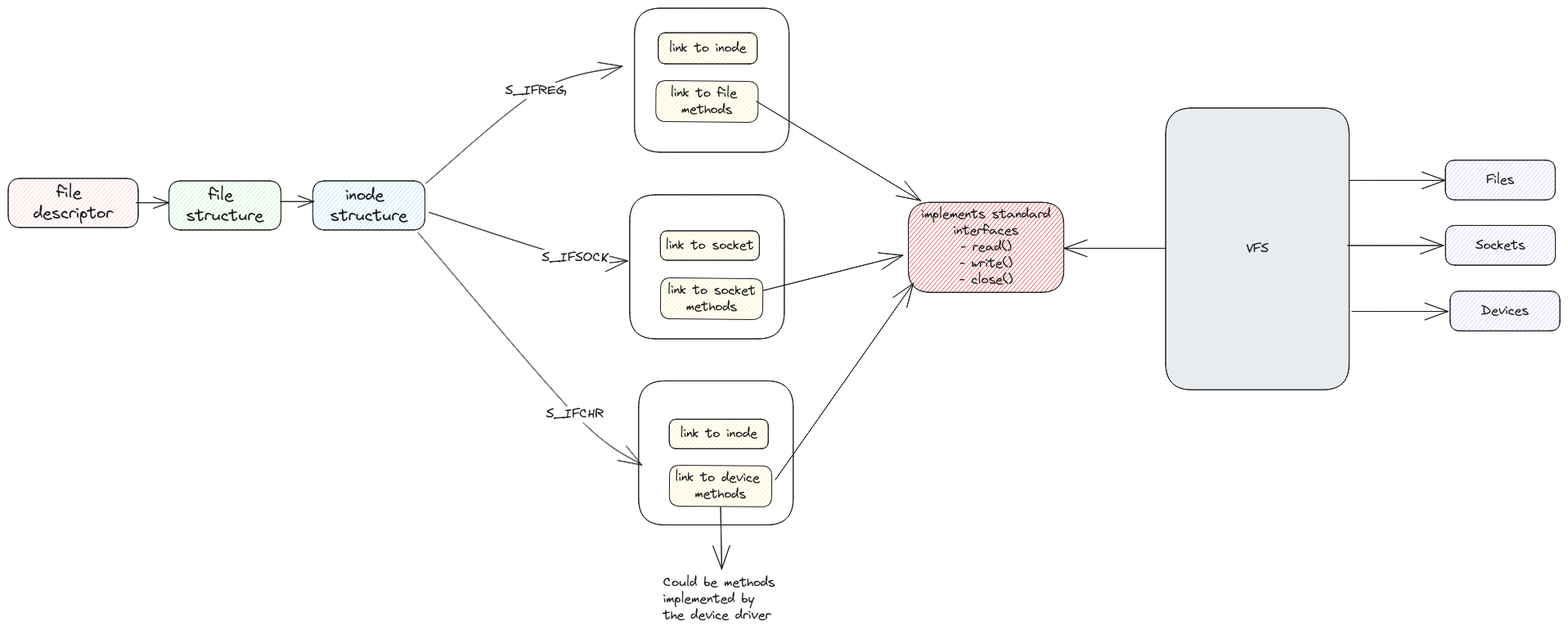
swaroopar/inprogress-engineer keeps this Excalidraw diagram as static/img/vfs-linux.excalidraw.png. Above is the earlier version. Source tidied: one line per element, renumbered; positions are measured from the earlier drawing's top-left corner, leaving out a move shared by most shapes.
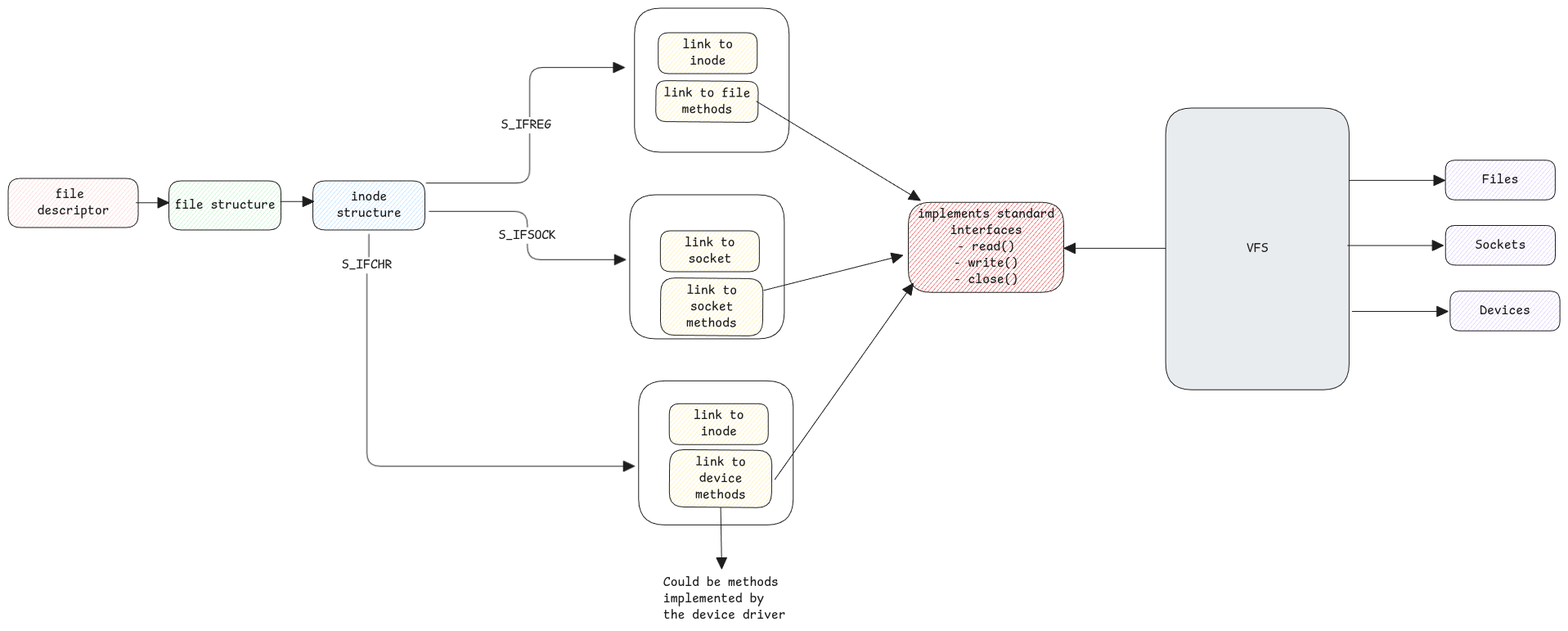
Later version of the same file.

Change to the diagram source:
```diff
@@ -1,48 +1,48 @@
 {"id": 0, "type": "rectangle", "strokeColor": "#1e1e1e", "backgroundColor": "#ffc9c9", "fillStyle": "hachure", "strokeWidth": 1, "roughness": 0, "round": true, "x": 0, "y": 208, "width": 159, "height": 60}
-{"id": 1, "type": "text", "text": "file \ndescriptor", "strokeColor": "#1e1e1e", "strokeWidth": 1, "roughness": 0, "fontSize": 20, "fontFamily": 1, "textAlign": "center", "verticalAlign": "middle", "inside": 0, "x": 31, "y": 213, "width": 97, "height": 50}
+{"id": 1, "type": "text", "text": "file \ndescriptor", "strokeColor": "#1e1e1e", "strokeWidth": 1, "roughness": 0, "fontSize": 16, "fontFamily": 8, "textAlign": "center", "verticalAlign": "middle", "inside": 0, "x": 35, "y": 218, "width": 88, "height": 40}
 {"id": 2, "type": "rectangle", "strokeColor": "#1e1e1e", "backgroundColor": "#b2f2bb", "fillStyle": "hachure", "strokeWidth": 1, "roughness": 0, "round": true, "x": 197, "y": 211, "width": 137, "height": 60}
-{"id": 3, "type": "text", "text": "file \nstructure", "strokeColor": "#1e1e1e", "strokeWidth": 1, "roughness": 0, "fontSize": 20, "fontFamily": 1, "textAlign": "center", "verticalAlign": "middle", "inside": 2, "x": 218, "y": 216, "width": 94, "height": 50}
+{"id": 3, "type": "text", "text": "file structure", "strokeColor": "#1e1e1e", "strokeWidth": 1, "roughness": 0, "fontSize": 16, "fontFamily": 8, "textAlign": "center", "verticalAlign": "middle", "inside": 2, "x": 203, "y": 231, "width": 123, "height": 20}
-{"id": 4, "type": "arrow", "strokeColor": "#1e1e1e", "strokeWidth": 1, "roughness": 0, "endArrowhead": "arrow", "round": true, "from": 30, "to": 14, "x": 511, "y": 214, "width": 240, "height": 143, "points": [[0, 0], [138, -113], [240, -143]]}
+{"id": 4, "type": "arrow", "strokeColor": "#1e1e1e", "strokeWidth": 1, "roughness": 0, "endArrowhead": "triangle", "from": 30, "to": 14, "x": 511, "y": 214, "width": 243, "height": 141, "points": [[0, 0], [127, 0], [127, -141], [243, -141]]}
-{"id": 5, "type": "text", "text": "S_IFREG ", "strokeColor": "#1e1e1e", "strokeWidth": 1, "roughness": 0, "fontSize": 16, "fontFamily": 1, "textAlign": "center", "verticalAlign": "middle", "inside": 4, "x": 651, "y": 178, "width": 83, "height": 20}
+{"id": 5, "type": "text", "text": "S_IFREG ", "strokeColor": "#1e1e1e", "strokeWidth": 1, "roughness": 0, "fontSize": 16, "fontFamily": 8, "textAlign": "center", "verticalAlign": "middle", "inside": 4, "x": 614, "y": 91, "width": 70, "height": 20}
-{"id": 6, "type": "rectangle", "strokeColor": "#1e1e1e", "backgroundColor": "#ffec99", "fillStyle": "hachure", "strokeWidth": 1, "roughness": 0, "round": true, "x": 795, "y": 30, "width": 121, "height": 38}
+{"id": 6, "type": "rectangle", "strokeColor": "#1e1e1e", "backgroundColor": "#ffec99", "fillStyle": "hachure", "strokeWidth": 1, "roughness": 0, "round": true, "x": 795, "y": 30, "width": 121, "height": 50}
-{"id": 7, "type": "text", "text": "link to inode", "strokeColor": "#1e1e1e", "strokeWidth": 1, "roughness": 0, "fontSize": 16, "fontFamily": 1, "textAlign": "center", "verticalAlign": "middle", "inside": 6, "x": 808, "y": 39, "width": 95, "height": 20}
+{"id": 7, "type": "text", "text": "link to\ninode", "strokeColor": "#1e1e1e", "strokeWidth": 1, "roughness": 0, "fontSize": 16, "fontFamily": 8, "textAlign": "center", "verticalAlign": "middle", "inside": 6, "x": 824, "y": 35, "width": 62, "height": 40}
-{"id": 8, "type": "rectangle", "strokeColor": "#1e1e1e", "backgroundColor": "#ffec99", "fillStyle": "hachure", "strokeWidth": 1, "roughness": 0, "round": true, "x": 797, "y": 272, "width": 121, "height": 36}
+{"id": 8, "type": "rectangle", "strokeColor": "#1e1e1e", "backgroundColor": "#ffec99", "fillStyle": "hachure", "strokeWidth": 1, "roughness": 0, "round": true, "x": 797, "y": 272, "width": 121, "height": 50}
-{"id": 9, "type": "text", "text": "link to socket", "strokeColor": "#1e1e1e", "strokeWidth": 1, "roughness": 0, "fontSize": 16, "fontFamily": 1, "textAlign": "center", "verticalAlign": "middle", "inside": 8, "x": 804, "y": 280, "width": 108, "height": 20}
+{"id": 9, "type": "text", "text": "link to\nsocket", "strokeColor": "#1e1e1e", "strokeWidth": 1, "roughness": 0, "fontSize": 16, "fontFamily": 8, "textAlign": "center", "verticalAlign": "middle", "inside": 8, "x": 827, "y": 277, "width": 62, "height": 40}
-{"id": 10, "type": "arrow", "strokeColor": "#1e1e1e", "strokeWidth": 1, "roughness": 0, "endArrowhead": "arrow", "round": true, "from": 30, "to": 17, "x": 515, "y": 248, "width": 243, "height": 59, "points": [[0, 0], [179, 57], [243, 59]]}
+{"id": 10, "type": "arrow", "strokeColor": "#1e1e1e", "strokeWidth": 1, "roughness": 0, "endArrowhead": "triangle", "from": 30, "to": 17, "x": 515, "y": 248, "width": 240, "height": 59, "points": [[0, 0], [120, 0], [120, 59], [240, 59]]}
-{"id": 11, "type": "text", "text": "S_IFSOCK", "strokeColor": "#1e1e1e", "strokeWidth": 1, "roughness": 0, "fontSize": 16, "fontFamily": 1, "textAlign": "center", "verticalAlign": "middle", "inside": 10, "x": 664, "y": 288, "width": 82, "height": 20}
+{"id": 11, "type": "text", "text": "S_IFSOCK", "strokeColor": "#1e1e1e", "strokeWidth": 1, "roughness": 0, "fontSize": 16, "fontFamily": 8, "textAlign": "center", "verticalAlign": "middle", "inside": 10, "x": 658, "y": 295, "width": 70, "height": 20}
 {"id": 12, "type": "rectangle", "strokeColor": "#1e1e1e", "angle": 0.01, "backgroundColor": "#ffec99", "fillStyle": "hachure", "strokeWidth": 1, "roughness": 0, "round": true, "x": 792, "y": 89, "width": 125, "height": 50}
-{"id": 13, "type": "text", "text": "link to file \nmethods", "strokeColor": "#1e1e1e", "angle": 0.01, "strokeWidth": 1, "roughness": 0, "fontSize": 16, "fontFamily": 1, "textAlign": "center", "verticalAlign": "middle", "inside": 12, "x": 810, "y": 94, "width": 89, "height": 40}
+{"id": 13, "type": "text", "text": "link to file\nmethods", "strokeColor": "#1e1e1e", "angle": 0.01, "strokeWidth": 1, "roughness": 0, "fontSize": 16, "fontFamily": 8, "textAlign": "center", "verticalAlign": "middle", "inside": 12, "x": 802, "y": 94, "width": 106, "height": 40}
 {"id": 14, "type": "rectangle", "strokeColor": "#1e1e1e", "strokeWidth": 1, "roughness": 0, "round": true, "x": 766, "y": 0, "width": 189, "height": 176}
-{"id": 15, "type": "rectangle", "strokeColor": "#1e1e1e", "angle": 0.01, "backgroundColor": "#ffec99", "fillStyle": "hachure", "strokeWidth": 1, "roughness": 0, "round": true, "x": 798, "y": 330, "width": 125, "height": 50}
+{"id": 15, "type": "rectangle", "strokeColor": "#1e1e1e", "angle": 0.01, "backgroundColor": "#ffec99", "fillStyle": "hachure", "strokeWidth": 1, "roughness": 0, "round": true, "x": 798, "y": 330, "width": 125, "height": 70}
-{"id": 16, "type": "text", "text": "link to socket\nmethods", "strokeColor": "#1e1e1e", "angle": 0.01, "strokeWidth": 1, "roughness": 0, "fontSize": 16, "fontFamily": 1, "textAlign": "center", "verticalAlign": "middle", "inside": 15, "x": 806, "y": 335, "width": 108, "height": 40}
+{"id": 16, "type": "text", "text": "link to\nsocket\nmethods", "strokeColor": "#1e1e1e", "angle": 0.01, "strokeWidth": 1, "roughness": 0, "fontSize": 16, "fontFamily": 8, "textAlign": "center", "verticalAlign": "middle", "inside": 15, "x": 829, "y": 335, "width": 62, "height": 60}
 {"id": 17, "type": "rectangle", "strokeColor": "#1e1e1e", "strokeWidth": 1, "roughness": 0, "round": true, "x": 760, "y": 228, "width": 189, "height": 176}
-{"id": 18, "type": "arrow", "strokeColor": "#1e1e1e", "strokeWidth": 1, "roughness": 0, "endArrowhead": "arrow", "round": true, "to": 19, "x": 915, "y": 114, "width": 200, "height": 121, "points": [[0, 0], [200, 121]]}
+{"id": 18, "type": "arrow", "strokeColor": "#1e1e1e", "strokeWidth": 1, "roughness": 0, "endArrowhead": "triangle", "round": true, "to": 19, "x": 915, "y": 114, "width": 200, "height": 121, "points": [[0, 0], [200, 121]]}
 {"id": 19, "type": "rectangle", "strokeColor": "#1e1e1e", "backgroundColor": "#e03131", "fillStyle": "hachure", "strokeWidth": 1, "roughness": 0, "round": true, "x": 1101, "y": 237, "width": 190, "height": 110}
-{"id": 20, "type": "text", "text": "implements standard\ninterfaces\n- read()\n- write()\n- close()", "strokeColor": "#1e1e1e", "strokeWidth": 1, "roughness": 0, "fontSize": 16, "fontFamily": 1, "textAlign": "center", "verticalAlign": "middle", "inside": 19, "x": 1116, "y": 242, "width": 158, "height": 100}
+{"id": 20, "type": "text", "text": "implements standard\ninterfaces\n- read()\n- write()\n- close()", "strokeColor": "#1e1e1e", "strokeWidth": 1, "roughness": 0, "fontSize": 16, "fontFamily": 8, "textAlign": "center", "verticalAlign": "middle", "inside": 19, "x": 1112, "y": 242, "width": 167, "height": 100}
-{"id": 21, "type": "rectangle", "strokeColor": "#1e1e1e", "backgroundColor": "#ffec99", "fillStyle": "hachure", "strokeWidth": 1, "roughness": 0, "round": true, "x": 808, "y": 502, "width": 121, "height": 36}
+{"id": 21, "type": "rectangle", "strokeColor": "#1e1e1e", "backgroundColor": "#ffec99", "fillStyle": "hachure", "strokeWidth": 1, "roughness": 0, "round": true, "x": 808, "y": 483, "width": 121, "height": 50}
-{"id": 22, "type": "text", "text": "link to inode", "strokeColor": "#1e1e1e", "strokeWidth": 1, "roughness": 0, "fontSize": 16, "fontFamily": 1, "textAlign": "center", "verticalAlign": "middle", "inside": 21, "x": 821, "y": 510, "width": 95, "height": 20}
+{"id": 22, "type": "text", "text": "link to\ninode", "strokeColor": "#1e1e1e", "strokeWidth": 1, "roughness": 0, "fontSize": 16, "fontFamily": 8, "textAlign": "center", "verticalAlign": "middle", "inside": 21, "x": 838, "y": 488, "width": 62, "height": 40}
-{"id": 23, "type": "arrow", "strokeColor": "#1e1e1e", "strokeWidth": 1, "roughness": 0, "endArrowhead": "arrow", "round": true, "from": 30, "x": 501, "y": 274, "width": 274, "height": 284, "points": [[0, 0], [192, 222], [274, 284]]}
+{"id": 23, "type": "arrow", "strokeColor": "#1e1e1e", "strokeWidth": 1, "roughness": 0, "endArrowhead": "triangle", "from": 30, "to": 27, "x": 441, "y": 276, "width": 327, "height": 284, "points": [[0, 0], [0, 38], [-2, 38], [-2, 284], [325, 284]]}
-{"id": 24, "type": "text", "text": "S_IFCHR", "strokeColor": "#1e1e1e", "strokeWidth": 1, "roughness": 0, "fontSize": 16, "fontFamily": 1, "textAlign": "center", "verticalAlign": "middle", "inside": 23, "x": 655, "y": 486, "width": 71, "height": 20}
+{"id": 24, "type": "text", "text": "S_IFCHR", "strokeColor": "#1e1e1e", "strokeWidth": 1, "roughness": 0, "fontSize": 16, "fontFamily": 8, "textAlign": "center", "verticalAlign": "middle", "inside": 23, "x": 662, "y": 486, "width": 62, "height": 20}
-{"id": 25, "type": "rectangle", "strokeColor": "#1e1e1e", "angle": 0.01, "backgroundColor": "#ffec99", "fillStyle": "hachure", "strokeWidth": 1, "roughness": 0, "round": true, "x": 808, "y": 559, "width": 125, "height": 50}
+{"id": 25, "type": "rectangle", "strokeColor": "#1e1e1e", "angle": 0.01, "backgroundColor": "#ffec99", "fillStyle": "hachure", "strokeWidth": 1, "roughness": 0, "round": true, "x": 808, "y": 540, "width": 125, "height": 70}
-{"id": 26, "type": "text", "text": "link to device \nmethods", "strokeColor": "#1e1e1e", "angle": 0.01, "strokeWidth": 1, "roughness": 0, "fontSize": 16, "fontFamily": 1, "textAlign": "center", "verticalAlign": "middle", "inside": 25, "x": 815, "y": 564, "width": 111, "height": 40}
+{"id": 26, "type": "text", "text": "link to\ndevice\nmethods", "strokeColor": "#1e1e1e", "angle": 0.01, "strokeWidth": 1, "roughness": 0, "fontSize": 16, "fontFamily": 8, "textAlign": "center", "verticalAlign": "middle", "inside": 25, "x": 840, "y": 545, "width": 62, "height": 60}
 {"id": 27, "type": "rectangle", "strokeColor": "#1e1e1e", "strokeWidth": 1, "roughness": 0, "round": true, "x": 771, "y": 455, "width": 189, "height": 176}
-{"id": 28, "type": "arrow", "strokeColor": "#1e1e1e", "strokeWidth": 1, "roughness": 0, "endArrowhead": "arrow", "round": true, "from": 15, "to": 19, "x": 924, "y": 345, "width": 170, "height": 43, "points": [[0, 0], [170, -43]]}
+{"id": 28, "type": "arrow", "strokeColor": "#1e1e1e", "strokeWidth": 1, "roughness": 0, "endArrowhead": "triangle", "round": true, "from": 15, "to": 19, "x": 924, "y": 345, "width": 170, "height": 43, "points": [[0, 0], [170, -43]]}
-{"id": 29, "type": "arrow", "strokeColor": "#1e1e1e", "strokeWidth": 1, "roughness": 0, "endArrowhead": "arrow", "round": true, "from": 25, "x": 938, "y": 576, "width": 169, "height": 240, "points": [[0, 0], [169, -240]]}
+{"id": 29, "type": "arrow", "strokeColor": "#1e1e1e", "strokeWidth": 1, "roughness": 0, "endArrowhead": "triangle", "round": true, "from": 25, "x": 937, "y": 576, "width": 169, "height": 240, "points": [[0, 0], [169, -240]]}
 {"id": 30, "type": "rectangle", "strokeColor": "#1e1e1e", "backgroundColor": "#a5d8ff", "fillStyle": "hachure", "strokeWidth": 1, "roughness": 0, "round": true, "x": 373, "y": 211, "width": 137, "height": 60}
-{"id": 31, "type": "text", "text": "inode \nstructure", "strokeColor": "#1e1e1e", "strokeWidth": 1, "roughness": 0, "fontSize": 20, "fontFamily": 1, "textAlign": "center", "verticalAlign": "middle", "inside": 30, "x": 394, "y": 216, "width": 94, "height": 50}
+{"id": 31, "type": "text", "text": "inode\nstructure", "strokeColor": "#1e1e1e", "strokeWidth": 1, "roughness": 0, "fontSize": 16, "fontFamily": 8, "textAlign": "center", "verticalAlign": "middle", "inside": 30, "x": 401, "y": 221, "width": 79, "height": 40}
-{"id": 32, "type": "arrow", "strokeColor": "#1e1e1e", "strokeWidth": 1, "roughness": 0, "endArrowhead": "arrow", "round": true, "from": 25, "x": 871, "y": 610, "width": 1, "height": 75, "points": [[0, 0], [1, 75]]}
+{"id": 32, "type": "arrow", "strokeColor": "#1e1e1e", "strokeWidth": 1, "roughness": 0, "endArrowhead": "triangle", "round": true, "from": 25, "x": 871, "y": 610, "width": 1, "height": 75, "points": [[0, 0], [1, 75]]}
-{"id": 33, "type": "text", "text": "Could be methods \nimplemented by \nthe device driver", "strokeColor": "#1e1e1e", "strokeWidth": 1, "roughness": 0, "fontSize": 16, "fontFamily": 1, "x": 801, "y": 692, "width": 145, "height": 60}
+{"id": 33, "type": "text", "text": "Could be methods \nimplemented by \nthe device driver", "strokeColor": "#1e1e1e", "strokeWidth": 1, "roughness": 0, "fontSize": 16, "fontFamily": 8, "x": 801, "y": 692, "width": 150, "height": 60}
 {"id": 34, "type": "rectangle", "strokeColor": "#1e1e1e", "backgroundColor": "#e9ecef", "fillStyle": "solid", "strokeWidth": 1, "roughness": 0, "round": true, "x": 1415, "y": 122, "width": 224, "height": 344}
-{"id": 35, "type": "text", "text": "VFS", "strokeColor": "#1e1e1e", "strokeWidth": 1, "roughness": 0, "fontSize": 16, "fontFamily": 1, "textAlign": "center", "verticalAlign": "middle", "inside": 34, "x": 1514, "y": 284, "width": 27, "height": 20}
+{"id": 35, "type": "text", "text": "VFS", "strokeColor": "#1e1e1e", "strokeWidth": 1, "roughness": 0, "fontSize": 16, "fontFamily": 8, "textAlign": "center", "verticalAlign": "middle", "inside": 34, "x": 1514, "y": 284, "width": 26, "height": 20}
-{"id": 36, "type": "arrow", "strokeColor": "#1e1e1e", "strokeWidth": 1, "roughness": 0, "endArrowhead": "arrow", "round": true, "x": 1415, "y": 293, "width": 124, "height": 0, "points": [[0, 0], [-124, 0]]}
+{"id": 36, "type": "arrow", "strokeColor": "#1e1e1e", "strokeWidth": 1, "roughness": 0, "endArrowhead": "triangle", "round": true, "x": 1415, "y": 293, "width": 124, "height": 0, "points": [[0, 0], [-124, 0]]}
 {"id": 37, "type": "rectangle", "strokeColor": "#1e1e1e", "backgroundColor": "#d0bfff", "fillStyle": "hachure", "strokeWidth": 1, "roughness": 0, "round": true, "x": 1757, "y": 186, "width": 134, "height": 49}
-{"id": 38, "type": "text", "text": "Files", "strokeColor": "#1e1e1e", "strokeWidth": 1, "roughness": 0, "fontSize": 16, "fontFamily": 1, "textAlign": "center", "verticalAlign": "middle", "inside": 37, "x": 1807, "y": 200, "width": 34, "height": 20}
+{"id": 38, "type": "text", "text": "Files", "strokeColor": "#1e1e1e", "strokeWidth": 1, "roughness": 0, "fontSize": 16, "fontFamily": 8, "textAlign": "center", "verticalAlign": "middle", "inside": 37, "x": 1802, "y": 200, "width": 44, "height": 20}
 {"id": 39, "type": "rectangle", "strokeColor": "#1e1e1e", "backgroundColor": "#d0bfff", "fillStyle": "hachure", "strokeWidth": 1, "roughness": 0, "round": true, "x": 1757, "y": 265, "width": 134, "height": 49}
-{"id": 40, "type": "text", "text": "Sockets", "strokeColor": "#1e1e1e", "strokeWidth": 1, "roughness": 0, "fontSize": 16, "fontFamily": 1, "textAlign": "center", "verticalAlign": "middle", "inside": 39, "x": 1794, "y": 280, "width": 61, "height": 20}
+{"id": 40, "type": "text", "text": "Sockets", "strokeColor": "#1e1e1e", "strokeWidth": 1, "roughness": 0, "fontSize": 16, "fontFamily": 8, "textAlign": "center", "verticalAlign": "middle", "inside": 39, "x": 1794, "y": 280, "width": 62, "height": 20}
 {"id": 41, "type": "rectangle", "strokeColor": "#1e1e1e", "backgroundColor": "#d0bfff", "fillStyle": "hachure", "strokeWidth": 1, "roughness": 0, "round": true, "x": 1763, "y": 346, "width": 134, "height": 49}
-{"id": 42, "type": "text", "text": "Devices", "strokeColor": "#1e1e1e", "strokeWidth": 1, "roughness": 0, "fontSize": 16, "fontFamily": 1, "textAlign": "center", "verticalAlign": "middle", "inside": 41, "x": 1801, "y": 360, "width": 59, "height": 20}
+{"id": 42, "type": "text", "text": "Devices", "strokeColor": "#1e1e1e", "strokeWidth": 1, "roughness": 0, "fontSize": 16, "fontFamily": 8, "textAlign": "center", "verticalAlign": "middle", "inside": 41, "x": 1799, "y": 360, "width": 62, "height": 20}
-{"id": 43, "type": "arrow", "strokeColor": "#1e1e1e", "strokeWidth": 1, "roughness": 0, "endArrowhead": "arrow", "round": true, "from": 34, "to": 37, "x": 1639, "y": 210, "width": 117, "height": 0, "points": [[0, 0], [117, 0]]}
+{"id": 43, "type": "arrow", "strokeColor": "#1e1e1e", "strokeWidth": 1, "roughness": 0, "endArrowhead": "triangle", "round": true, "from": 34, "to": 37, "x": 1639, "y": 210, "width": 117, "height": 0, "points": [[0, 0], [117, 0]]}
-{"id": 44, "type": "arrow", "strokeColor": "#1e1e1e", "strokeWidth": 1, "roughness": 0, "endArrowhead": "arrow", "round": true, "to": 39, "x": 1638, "y": 290, "width": 117, "height": 0, "points": [[0, 0], [117, 0]]}
+{"id": 44, "type": "arrow", "strokeColor": "#1e1e1e", "strokeWidth": 1, "roughness": 0, "endArrowhead": "triangle", "round": true, "to": 39, "x": 1638, "y": 290, "width": 117, "height": 0, "points": [[0, 0], [117, 0]]}
-{"id": 45, "type": "arrow", "strokeColor": "#1e1e1e", "strokeWidth": 1, "roughness": 0, "endArrowhead": "arrow", "round": true, "from": 34, "to": 41, "x": 1643, "y": 371, "width": 117, "height": 0, "points": [[0, 0], [117, 0]]}
+{"id": 45, "type": "arrow", "strokeColor": "#1e1e1e", "strokeWidth": 1, "roughness": 0, "endArrowhead": "triangle", "round": true, "from": 34, "to": 41, "x": 1643, "y": 371, "width": 117, "height": 0, "points": [[0, 0], [117, 0]]}
-{"id": 46, "type": "arrow", "strokeColor": "#1e1e1e", "strokeWidth": 1, "roughness": 0, "endArrowhead": "arrow", "round": true, "x": 157, "y": 238, "width": 40, "height": 0, "points": [[0, 0], [40, 0]]}
+{"id": 46, "type": "arrow", "strokeColor": "#1e1e1e", "strokeWidth": 1, "roughness": 0, "endArrowhead": "triangle", "round": true, "x": 157, "y": 238, "width": 40, "height": 0, "points": [[0, 0], [40, 0]]}
-{"id": 47, "type": "arrow", "strokeColor": "#1e1e1e", "strokeWidth": 1, "roughness": 0, "endArrowhead": "arrow", "round": true, "x": 333, "y": 236, "width": 41, "height": 0, "points": [[0, 0], [41, 0]]}
+{"id": 47, "type": "arrow", "strokeColor": "#1e1e1e", "strokeWidth": 1, "roughness": 0, "endArrowhead": "triangle", "round": true, "x": 333, "y": 236, "width": 41, "height": 0, "points": [[0, 0], [41, 0]]}
```
